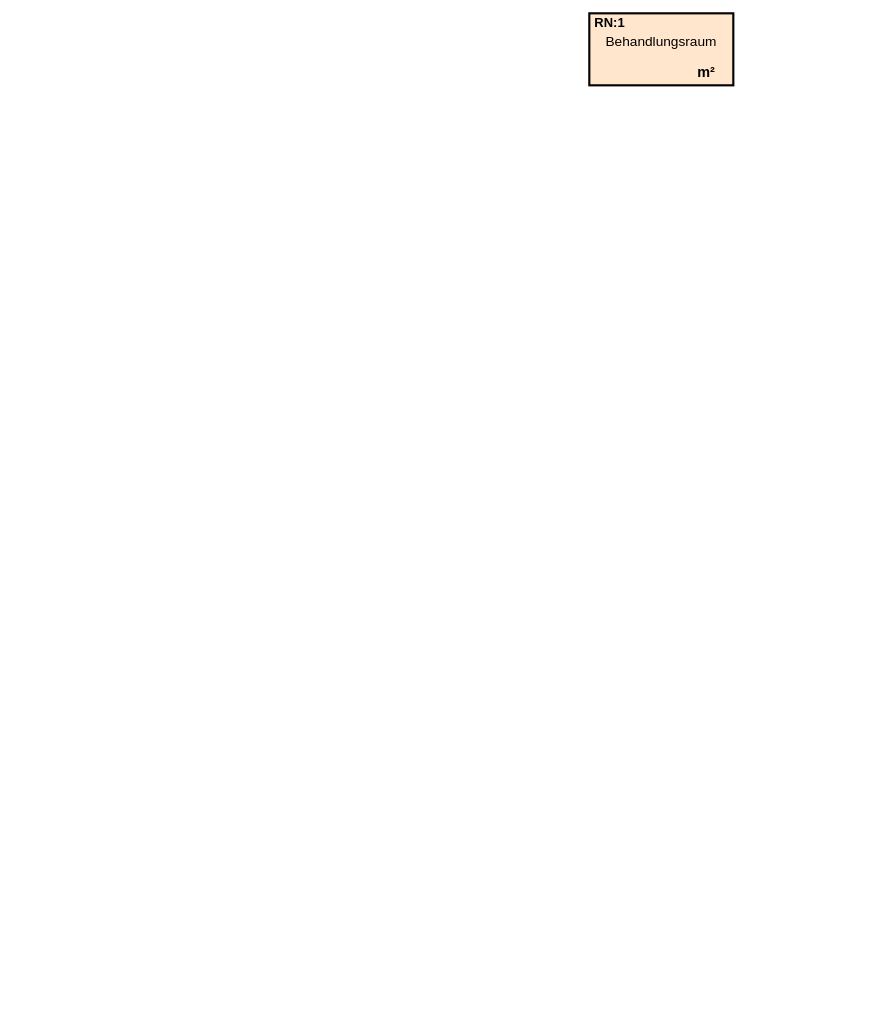
Before: Unbenanntes Diagramm.drawio in Yeetmoser/asd, a draw.io diagram. Source tidied: cells renumbered, new cells numbered last; positions are measured from the earlier drawing's top-left corner, leaving out a move shared by most shapes. Both pictures are drawn from the tidied source at 72%, with x=0, y=0 at pixel (589, 13).
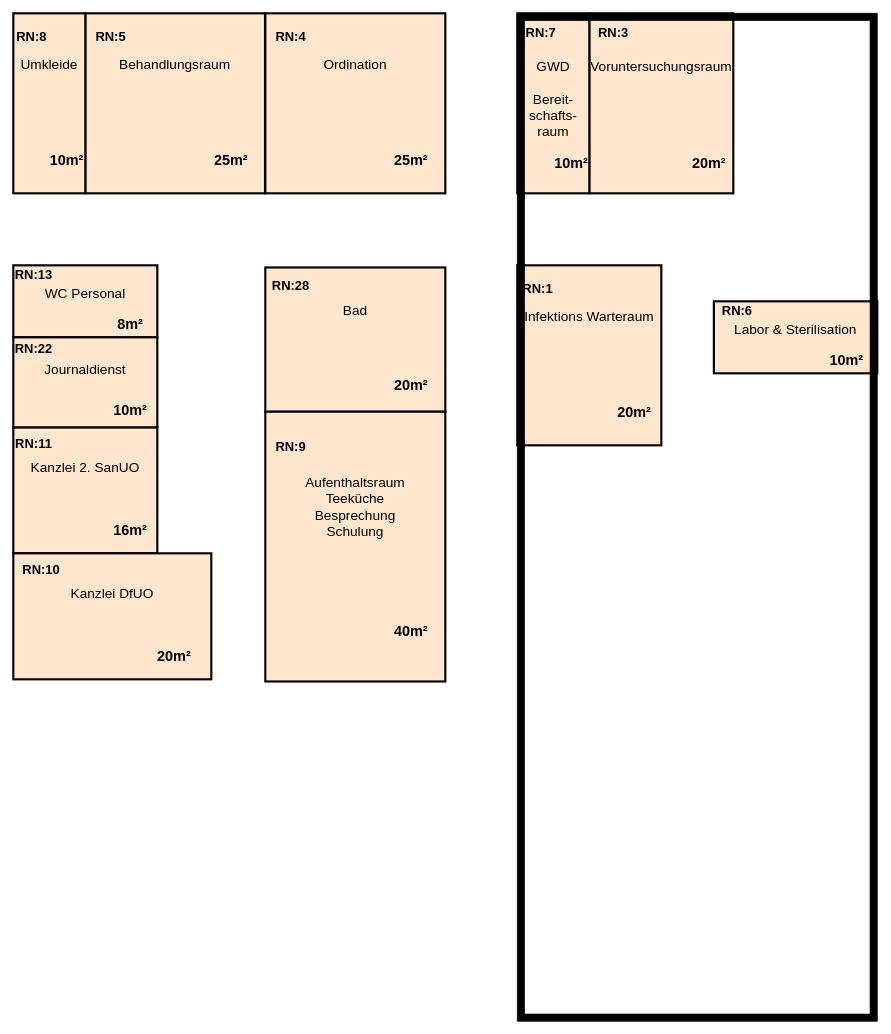
After the change.

Diff of the diagram source:
```diff
@@
     <mxCell id="2" style="group;" parent="1" vertex="1">
-      <mxGeometry width="200" height="100" as="geometry" />
+      <mxGeometry width="200" height="250" as="geometry" />
     </mxCell>
     <mxCell id="3" style="rounded=0;whiteSpace=wrap;html=1;fillStyle=auto;strokeWidth=3;fillColor=#ffe6cc;strokeColor=#030303;" parent="2" vertex="1">
-      <mxGeometry width="200" height="100" as="geometry" />
+      <mxGeometry width="200" height="250" as="geometry" />
     </mxCell>
-    <mxCell id="4" value="&lt;div style=&quot;font-size: 19px;&quot;&gt;Behandlungsraum&lt;/div&gt;&lt;div style=&quot;font-size: 19px;&quot;&gt;&lt;br&gt;&lt;/div&gt;" style="text;html=1;strokeColor=none;fillColor=none;align=center;verticalAlign=top;whiteSpace=wrap;rounded=0;fillStyle=auto;strokeWidth=3;fontSize=19;" parent="2" vertex="1">
-      <mxGeometry y="21.5" width="199.7" height="55" as="geometry" />
+    <mxCell id="4" value="&lt;div style=&quot;font-size: 19px;&quot;&gt;Voruntersuchungsraum&lt;/div&gt;&lt;div style=&quot;font-size: 19px;&quot;&gt;&lt;br&gt;&lt;/div&gt;" style="text;html=1;strokeColor=none;fillColor=none;align=center;verticalAlign=top;whiteSpace=wrap;rounded=0;fillStyle=auto;strokeWidth=3;fontSize=19;" parent="2" vertex="1">
+      <mxGeometry y="55.6" width="200" height="138.9" as="geometry" />
     </mxCell>
-    <mxCell id="5" value="RN:1" style="text;html=1;strokeColor=none;fillColor=none;align=center;verticalAlign=middle;whiteSpace=wrap;rounded=0;fillStyle=auto;strokeWidth=3;fontSize=18;fontStyle=1;" parent="2" vertex="1">
-      <mxGeometry width="57" height="26" as="geometry" />
+    <mxCell id="5" value="RN:3" style="text;html=1;strokeColor=none;fillColor=none;align=center;verticalAlign=middle;whiteSpace=wrap;rounded=0;fillStyle=auto;strokeWidth=3;fontSize=18;fontStyle=1;" parent="2" vertex="1">
+      <mxGeometry width="66.7" height="55.6" as="geometry" />
     </mxCell>
-    <mxCell id="6" value="m²" style="text;html=1;strokeColor=none;fillColor=none;align=center;verticalAlign=middle;whiteSpace=wrap;rounded=0;fillStyle=auto;strokeWidth=3;fontSize=20;fontStyle=1;" parent="2" vertex="1">
-      <mxGeometry x="125" y="62" width="74.7" height="38" as="geometry" />
+    <mxCell id="6" value="20m²" style="text;html=1;strokeColor=none;fillColor=none;align=center;verticalAlign=middle;whiteSpace=wrap;rounded=0;fillStyle=auto;strokeWidth=3;fontSize=20;fontStyle=1;" parent="2" vertex="1">
+      <mxGeometry x="133.3" y="166.7" width="66.7" height="83.3" as="geometry" />
     </mxCell>
+    <mxCell id="7" style="group;" parent="1" vertex="1">
+      <mxGeometry x="-100" width="100" height="250" as="geometry" />
+    </mxCell>
+    <mxCell id="8" style="rounded=0;whiteSpace=wrap;html=1;fillStyle=auto;strokeWidth=3;fillColor=#ffe6cc;strokeColor=#030303;" parent="7" vertex="1">
+      <mxGeometry width="100" height="250" as="geometry" />
+    </mxCell>
+    <mxCell id="9" value="&lt;div&gt;GWD&lt;/div&gt;&lt;div&gt;&lt;br&gt;&lt;/div&gt;&lt;div&gt;Bereit-&lt;/div&gt;&lt;div&gt;schafts-&lt;/div&gt;&lt;div&gt;raum&lt;br&gt;&lt;/div&gt;" style="text;html=1;strokeColor=none;fillColor=none;align=center;verticalAlign=top;whiteSpace=wrap;rounded=0;fillStyle=auto;strokeWidth=3;fontSize=19;" parent="7" vertex="1">
+      <mxGeometry y="55.6" width="100" height="138.9" as="geometry" />
+    </mxCell>
+    <mxCell id="10" value="RN:7" style="text;html=1;strokeColor=none;fillColor=none;align=center;verticalAlign=middle;whiteSpace=wrap;rounded=0;fillStyle=auto;strokeWidth=3;fontSize=18;fontStyle=1;" parent="7" vertex="1">
+      <mxGeometry x="8" width="50" height="55.6" as="geometry" />
+    </mxCell>
+    <mxCell id="11" value="10m²" style="text;html=1;strokeColor=none;fillColor=none;align=center;verticalAlign=middle;whiteSpace=wrap;rounded=0;fillStyle=auto;strokeWidth=3;fontSize=20;fontStyle=1;" parent="7" vertex="1">
+      <mxGeometry x="50" y="166.7" width="50" height="83.3" as="geometry" />
+    </mxCell>
+    <mxCell id="12" style="group;" parent="1" vertex="1">
+      <mxGeometry x="-100" y="350" width="200" height="250" as="geometry" />
+    </mxCell>
+    <mxCell id="13" style="rounded=0;whiteSpace=wrap;html=1;fillStyle=auto;strokeWidth=3;fillColor=#ffe6cc;strokeColor=#030303;" parent="12" vertex="1">
+      <mxGeometry width="200" height="250" as="geometry" />
+    </mxCell>
+    <mxCell id="14" value="Infektions Warteraum" style="text;html=1;strokeColor=none;fillColor=none;align=center;verticalAlign=top;whiteSpace=wrap;rounded=0;fillStyle=auto;strokeWidth=3;fontSize=19;" parent="12" vertex="1">
+      <mxGeometry y="53.8" width="199.7" height="137.5" as="geometry" />
+    </mxCell>
+    <mxCell id="15" value="RN:1" style="text;html=1;strokeColor=none;fillColor=none;align=center;verticalAlign=middle;whiteSpace=wrap;rounded=0;fillStyle=auto;strokeWidth=3;fontSize=18;fontStyle=1;" parent="12" vertex="1">
+      <mxGeometry width="57" height="65" as="geometry" />
+    </mxCell>
+    <mxCell id="16" value="20m²" style="text;html=1;strokeColor=none;fillColor=none;align=center;verticalAlign=middle;whiteSpace=wrap;rounded=0;fillStyle=auto;strokeWidth=3;fontSize=20;fontStyle=1;" parent="12" vertex="1">
+      <mxGeometry x="125" y="155" width="74.7" height="95" as="geometry" />
+    </mxCell>
+    <mxCell id="17" style="group;" parent="1" vertex="1">
+      <mxGeometry x="173" y="400" width="227" height="100" as="geometry" />
+    </mxCell>
+    <mxCell id="18" style="rounded=0;whiteSpace=wrap;html=1;fillStyle=auto;strokeWidth=3;fillColor=#ffe6cc;strokeColor=#030303;" parent="17" vertex="1">
+      <mxGeometry width="227" height="100" as="geometry" />
+    </mxCell>
+    <mxCell id="19" value="Labor &amp;amp; Sterilisation" style="text;html=1;strokeColor=none;fillColor=none;align=center;verticalAlign=top;whiteSpace=wrap;rounded=0;fillStyle=auto;strokeWidth=3;fontSize=19;" parent="17" vertex="1">
+      <mxGeometry y="21.5" width="226.6" height="55" as="geometry" />
+    </mxCell>
+    <mxCell id="20" value="RN:6" style="text;html=1;strokeColor=none;fillColor=none;align=center;verticalAlign=middle;whiteSpace=wrap;rounded=0;fillStyle=auto;strokeWidth=3;fontSize=18;fontStyle=1;" parent="17" vertex="1">
+      <mxGeometry width="64.7" height="26" as="geometry" />
+    </mxCell>
+    <mxCell id="21" value="10m²" style="text;html=1;strokeColor=none;fillColor=none;align=center;verticalAlign=middle;whiteSpace=wrap;rounded=0;fillStyle=auto;strokeWidth=3;fontSize=20;fontStyle=1;" parent="17" vertex="1">
+      <mxGeometry x="141.9" y="62" width="84.8" height="38" as="geometry" />
+    </mxCell>
+    <mxCell id="22" style="group;" parent="1" vertex="1">
+      <mxGeometry x="-700" width="249.6" height="250" as="geometry" />
+    </mxCell>
+    <mxCell id="23" style="rounded=0;whiteSpace=wrap;html=1;fillStyle=auto;strokeWidth=3;fillColor=#ffe6cc;strokeColor=#030303;" parent="22" vertex="1">
+      <mxGeometry width="249.6" height="250" as="geometry" />
+    </mxCell>
+    <mxCell id="24" value="&lt;div style=&quot;font-size: 19px;&quot;&gt;Behandlungsraum&lt;/div&gt;&lt;div style=&quot;font-size: 19px;&quot;&gt;&lt;br&gt;&lt;/div&gt;" style="text;html=1;strokeColor=none;fillColor=none;align=center;verticalAlign=top;whiteSpace=wrap;rounded=0;fillStyle=auto;strokeWidth=3;fontSize=19;" parent="22" vertex="1">
+      <mxGeometry y="53.8" width="249.2" height="137.5" as="geometry" />
+    </mxCell>
+    <mxCell id="25" value="&lt;div&gt;RN:5&lt;/div&gt;" style="text;html=1;strokeColor=none;fillColor=none;align=center;verticalAlign=middle;whiteSpace=wrap;rounded=0;fillStyle=auto;strokeWidth=3;fontSize=18;fontStyle=1;" parent="22" vertex="1">
+      <mxGeometry width="71.1" height="65" as="geometry" />
+    </mxCell>
+    <mxCell id="26" value="25m²" style="text;html=1;strokeColor=none;fillColor=none;align=center;verticalAlign=middle;whiteSpace=wrap;rounded=0;fillStyle=auto;strokeWidth=3;fontSize=20;fontStyle=1;" parent="22" vertex="1">
+      <mxGeometry x="156" y="155" width="93.2" height="95" as="geometry" />
+    </mxCell>
+    <mxCell id="27" style="verticalLabelPosition=bottom;html=1;verticalAlign=top;align=center;shape=mxgraph.floorplan.room;fillColor=strokeColor;" parent="1" vertex="1">
+      <mxGeometry x="-100" width="500" height="1400" as="geometry" />
+    </mxCell>
+    <mxCell id="28" style="group;" parent="1" vertex="1">
+      <mxGeometry x="-450" y="553" width="250" height="375" as="geometry" />
+    </mxCell>
+    <mxCell id="29" style="rounded=0;whiteSpace=wrap;html=1;fillStyle=auto;strokeWidth=3;fillColor=#ffe6cc;strokeColor=#030303;" parent="28" vertex="1">
+      <mxGeometry width="250" height="375" as="geometry" />
+    </mxCell>
+    <mxCell id="30" value="&lt;div&gt;Aufenthaltsraum&lt;/div&gt;&lt;div&gt;Teeküche&lt;/div&gt;&lt;div&gt;Besprechung&lt;/div&gt;&lt;div&gt;Schulung&lt;br&gt;&lt;/div&gt;" style="text;html=1;strokeColor=none;fillColor=none;align=center;verticalAlign=top;whiteSpace=wrap;rounded=0;fillStyle=auto;strokeWidth=3;fontSize=19;" parent="28" vertex="1">
+      <mxGeometry y="80.7" width="249.6" height="206.2" as="geometry" />
+    </mxCell>
+    <mxCell id="31" value="RN:9" style="text;html=1;strokeColor=none;fillColor=none;align=center;verticalAlign=middle;whiteSpace=wrap;rounded=0;fillStyle=auto;strokeWidth=3;fontSize=18;fontStyle=1;" parent="28" vertex="1">
+      <mxGeometry width="71.2" height="97.5" as="geometry" />
+    </mxCell>
+    <mxCell id="32" value="40m²" style="text;html=1;strokeColor=none;fillColor=none;align=center;verticalAlign=middle;whiteSpace=wrap;rounded=0;fillStyle=auto;strokeWidth=3;fontSize=20;fontStyle=1;" parent="28" vertex="1">
+      <mxGeometry x="156.2" y="232.5" width="93.3" height="142.5" as="geometry" />
+    </mxCell>
+    <mxCell id="33" style="group;" parent="1" vertex="1">
+      <mxGeometry x="-450" width="250" height="250" as="geometry" />
+    </mxCell>
+    <mxCell id="34" style="rounded=0;whiteSpace=wrap;html=1;fillStyle=auto;strokeWidth=3;fillColor=#ffe6cc;strokeColor=#030303;" parent="33" vertex="1">
+      <mxGeometry width="250" height="250" as="geometry" />
+    </mxCell>
+    <mxCell id="35" value="Ordination" style="text;html=1;strokeColor=none;fillColor=none;align=center;verticalAlign=top;whiteSpace=wrap;rounded=0;fillStyle=auto;strokeWidth=3;fontSize=19;" parent="33" vertex="1">
+      <mxGeometry y="53.8" width="249.6" height="137.5" as="geometry" />
+    </mxCell>
+    <mxCell id="36" value="&lt;div&gt;RN:4&lt;/div&gt;" style="text;html=1;strokeColor=none;fillColor=none;align=center;verticalAlign=middle;whiteSpace=wrap;rounded=0;fillStyle=auto;strokeWidth=3;fontSize=18;fontStyle=1;" parent="33" vertex="1">
+      <mxGeometry width="71.2" height="65" as="geometry" />
+    </mxCell>
+    <mxCell id="37" value="25m²" style="text;html=1;strokeColor=none;fillColor=none;align=center;verticalAlign=middle;whiteSpace=wrap;rounded=0;fillStyle=auto;strokeWidth=3;fontSize=20;fontStyle=1;" parent="33" vertex="1">
+      <mxGeometry x="156.2" y="155" width="93.3" height="95" as="geometry" />
+    </mxCell>
+    <mxCell id="38" style="group;" parent="1" vertex="1">
+      <mxGeometry x="-450" y="353" width="250" height="200" as="geometry" />
+    </mxCell>
+    <mxCell id="39" style="rounded=0;whiteSpace=wrap;html=1;fillStyle=auto;strokeWidth=3;fillColor=#ffe6cc;strokeColor=#030303;" parent="38" vertex="1">
+      <mxGeometry width="250" height="200" as="geometry" />
+    </mxCell>
+    <mxCell id="40" value="Bad" style="text;html=1;strokeColor=none;fillColor=none;align=center;verticalAlign=top;whiteSpace=wrap;rounded=0;fillStyle=auto;strokeWidth=3;fontSize=19;" parent="38" vertex="1">
+      <mxGeometry y="43.1" width="249.6" height="110" as="geometry" />
+    </mxCell>
+    <mxCell id="41" value="RN:28" style="text;html=1;strokeColor=none;fillColor=none;align=center;verticalAlign=middle;whiteSpace=wrap;rounded=0;fillStyle=auto;strokeWidth=3;fontSize=18;fontStyle=1;" parent="38" vertex="1">
+      <mxGeometry width="71.2" height="52" as="geometry" />
+    </mxCell>
+    <mxCell id="42" value="20m²" style="text;html=1;strokeColor=none;fillColor=none;align=center;verticalAlign=middle;whiteSpace=wrap;rounded=0;fillStyle=auto;strokeWidth=3;fontSize=20;fontStyle=1;" parent="38" vertex="1">
+      <mxGeometry x="156.2" y="124" width="93.3" height="76" as="geometry" />
+    </mxCell>
+    <mxCell id="43" style="group;" parent="1" vertex="1">
+      <mxGeometry x="-800" y="350" width="200" height="100" as="geometry" />
+    </mxCell>
+    <mxCell id="44" style="rounded=0;whiteSpace=wrap;html=1;fillStyle=auto;strokeWidth=3;fillColor=#ffe6cc;strokeColor=#030303;" parent="43" vertex="1">
+      <mxGeometry width="200" height="100" as="geometry" />
+    </mxCell>
+    <mxCell id="45" value="WC Personal" style="text;html=1;strokeColor=none;fillColor=none;align=center;verticalAlign=top;whiteSpace=wrap;rounded=0;fillStyle=auto;strokeWidth=3;fontSize=19;" parent="43" vertex="1">
+      <mxGeometry y="21.5" width="199.7" height="55" as="geometry" />
+    </mxCell>
+    <mxCell id="46" value="RN:13" style="text;html=1;strokeColor=none;fillColor=none;align=center;verticalAlign=middle;whiteSpace=wrap;rounded=0;fillStyle=auto;strokeWidth=3;fontSize=18;fontStyle=1;" parent="43" vertex="1">
+      <mxGeometry width="57" height="26" as="geometry" />
+    </mxCell>
+    <mxCell id="47" value="8m²" style="text;html=1;strokeColor=none;fillColor=none;align=center;verticalAlign=middle;whiteSpace=wrap;rounded=0;fillStyle=auto;strokeWidth=3;fontSize=20;fontStyle=1;" parent="43" vertex="1">
+      <mxGeometry x="125" y="62" width="74.7" height="38" as="geometry" />
+    </mxCell>
+    <mxCell id="48" style="group;" parent="1" vertex="1">
+      <mxGeometry x="-800" width="100" height="250" as="geometry" />
+    </mxCell>
+    <mxCell id="49" style="rounded=0;whiteSpace=wrap;html=1;fillStyle=auto;strokeWidth=3;fillColor=#ffe6cc;strokeColor=#030303;" parent="48" vertex="1">
+      <mxGeometry width="100" height="250" as="geometry" />
+    </mxCell>
+    <mxCell id="50" value="Umkleide" style="text;html=1;strokeColor=none;fillColor=none;align=center;verticalAlign=top;whiteSpace=wrap;rounded=0;fillStyle=auto;strokeWidth=3;fontSize=19;" parent="48" vertex="1">
+      <mxGeometry y="53.8" width="99.8" height="137.5" as="geometry" />
+    </mxCell>
+    <mxCell id="51" value="RN:8" style="text;html=1;strokeColor=none;fillColor=none;align=center;verticalAlign=middle;whiteSpace=wrap;rounded=0;fillStyle=auto;strokeWidth=3;fontSize=18;fontStyle=1;" parent="48" vertex="1">
+      <mxGeometry x="11" width="28.5" height="65" as="geometry" />
+    </mxCell>
+    <mxCell id="52" value="&lt;div&gt;10m²&lt;/div&gt;" style="text;html=1;strokeColor=none;fillColor=none;align=center;verticalAlign=middle;whiteSpace=wrap;rounded=0;fillStyle=auto;strokeWidth=3;fontSize=20;fontStyle=1;" parent="48" vertex="1">
+      <mxGeometry x="56.5" y="155" width="37.3" height="95" as="geometry" />
+    </mxCell>
+    <mxCell id="53" style="group;" parent="1" vertex="1">
+      <mxGeometry x="-800" y="575" width="200" height="175" as="geometry" />
+    </mxCell>
+    <mxCell id="54" style="rounded=0;whiteSpace=wrap;html=1;fillStyle=auto;strokeWidth=3;fillColor=#ffe6cc;strokeColor=#030303;" parent="53" vertex="1">
+      <mxGeometry width="200" height="175" as="geometry" />
+    </mxCell>
+    <mxCell id="55" value="Kanzlei 2. SanUO" style="text;html=1;strokeColor=none;fillColor=none;align=center;verticalAlign=top;whiteSpace=wrap;rounded=0;fillStyle=auto;strokeWidth=3;fontSize=19;" parent="53" vertex="1">
+      <mxGeometry y="37.7" width="199.7" height="96.2" as="geometry" />
+    </mxCell>
+    <mxCell id="56" value="RN:11" style="text;html=1;strokeColor=none;fillColor=none;align=center;verticalAlign=middle;whiteSpace=wrap;rounded=0;fillStyle=auto;strokeWidth=3;fontSize=18;fontStyle=1;" parent="53" vertex="1">
+      <mxGeometry width="57" height="45.5" as="geometry" />
+    </mxCell>
+    <mxCell id="57" value="16m²" style="text;html=1;strokeColor=none;fillColor=none;align=center;verticalAlign=middle;whiteSpace=wrap;rounded=0;fillStyle=auto;strokeWidth=3;fontSize=20;fontStyle=1;" parent="53" vertex="1">
+      <mxGeometry x="125" y="108.5" width="74.7" height="66.5" as="geometry" />
+    </mxCell>
+    <mxCell id="58" style="group;" parent="1" vertex="1">
+      <mxGeometry x="-800" y="750" width="275" height="175" as="geometry" />
+    </mxCell>
+    <mxCell id="59" style="rounded=0;whiteSpace=wrap;html=1;fillStyle=auto;strokeWidth=3;fillColor=#ffe6cc;strokeColor=#030303;" parent="58" vertex="1">
+      <mxGeometry width="275" height="175" as="geometry" />
+    </mxCell>
+    <mxCell id="60" value="Kanzlei DfUO" style="text;html=1;strokeColor=none;fillColor=none;align=center;verticalAlign=top;whiteSpace=wrap;rounded=0;fillStyle=auto;strokeWidth=3;fontSize=19;" parent="58" vertex="1">
+      <mxGeometry y="37.7" width="274.5" height="96.2" as="geometry" />
+    </mxCell>
+    <mxCell id="61" value="RN:10" style="text;html=1;strokeColor=none;fillColor=none;align=center;verticalAlign=middle;whiteSpace=wrap;rounded=0;fillStyle=auto;strokeWidth=3;fontSize=18;fontStyle=1;" parent="58" vertex="1">
+      <mxGeometry width="78.4" height="45.5" as="geometry" />
+    </mxCell>
+    <mxCell id="62" value="20m²" style="text;html=1;strokeColor=none;fillColor=none;align=center;verticalAlign=middle;whiteSpace=wrap;rounded=0;fillStyle=auto;strokeWidth=3;fontSize=20;fontStyle=1;" parent="58" vertex="1">
+      <mxGeometry x="171.9" y="108.5" width="102.7" height="66.5" as="geometry" />
+    </mxCell>
+    <mxCell id="63" style="group;" parent="1" vertex="1">
+      <mxGeometry x="-800" y="450" width="200" height="125" as="geometry" />
+    </mxCell>
+    <mxCell id="64" style="rounded=0;whiteSpace=wrap;html=1;fillStyle=auto;strokeWidth=3;fillColor=#ffe6cc;strokeColor=#030303;" parent="63" vertex="1">
+      <mxGeometry width="200" height="125" as="geometry" />
+    </mxCell>
+    <mxCell id="65" value="Journaldienst" style="text;html=1;strokeColor=none;fillColor=none;align=center;verticalAlign=top;whiteSpace=wrap;rounded=0;fillStyle=auto;strokeWidth=3;fontSize=19;" parent="63" vertex="1">
+      <mxGeometry y="26.9" width="199.7" height="68.8" as="geometry" />
+    </mxCell>
+    <mxCell id="66" value="RN:22" style="text;html=1;strokeColor=none;fillColor=none;align=center;verticalAlign=middle;whiteSpace=wrap;rounded=0;fillStyle=auto;strokeWidth=3;fontSize=18;fontStyle=1;" parent="63" vertex="1">
+      <mxGeometry width="57" height="32.5" as="geometry" />
+    </mxCell>
+    <mxCell id="67" value="10m²" style="text;html=1;strokeColor=none;fillColor=none;align=center;verticalAlign=middle;whiteSpace=wrap;rounded=0;fillStyle=auto;strokeWidth=3;fontSize=20;fontStyle=1;" parent="63" vertex="1">
+      <mxGeometry x="125" y="77.5" width="74.7" height="47.5" as="geometry" />
+    </mxCell>
```
